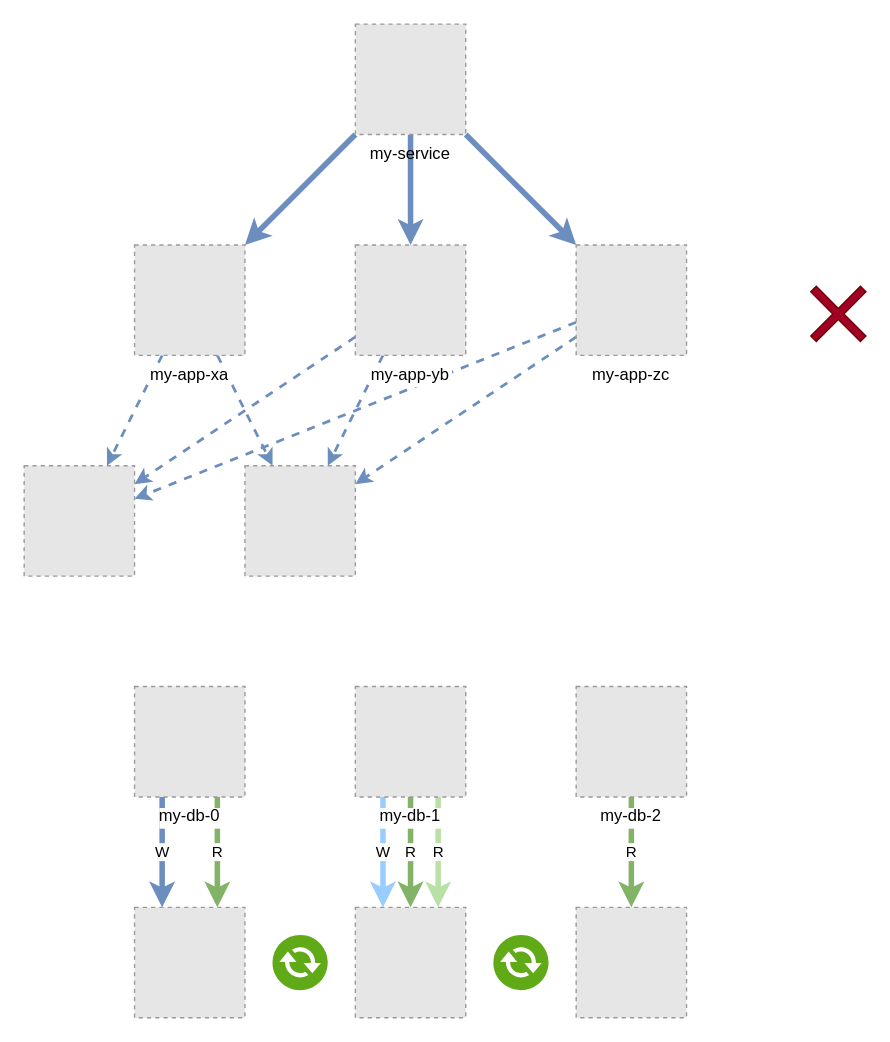
Earlier version of the draw.io diagram page "第 6 页" (6 of 8) of st/k8s.drawio (gaivin/drawio). Source tidied: cells renumbered, new cells numbered last; positions are measured from the earlier drawing's top-left corner, leaving out a move shared by most shapes. Both pictures are drawn from the tidied source at 138%, with x=0, y=0 at pixel (23, 23). Pictures stored in the file or linked from it are replaced by grey dashed boxes.
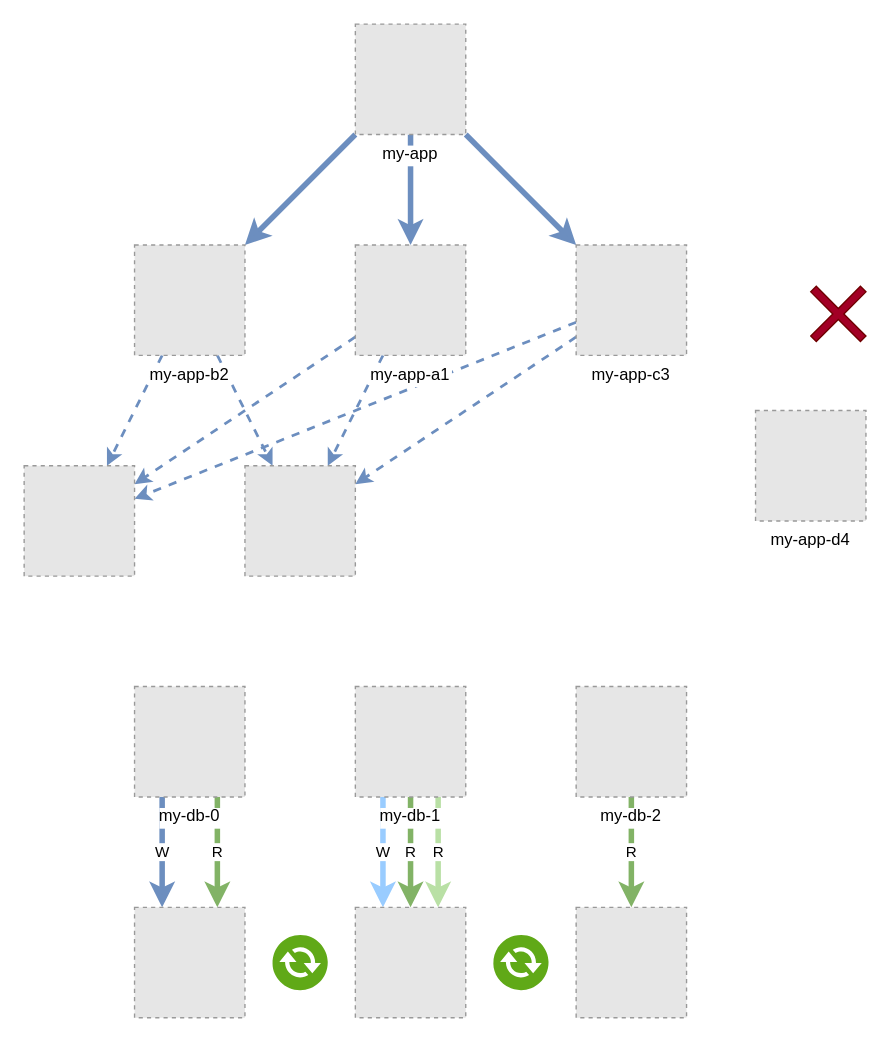
After the change.

The edit, as a diff of the source:
```diff
@@
-    <mxCell id="8" style="rounded=0;jettySize=auto;html=1;strokeWidth=4;fillColor=#dae8fc;strokeColor=#6c8ebf;" parent="1" edge="1" source="23" target="21">
+    <mxCell id="8" style="rounded=0;jettySize=auto;html=1;strokeWidth=4;fillColor=#dae8fc;strokeColor=#6c8ebf;" parent="1" edge="1" source="32" target="21">
       <mxGeometry relative="1" as="geometry" />
     </mxCell>
-    <mxCell id="9" style="rounded=0;jettySize=auto;html=1;strokeWidth=4;fillColor=#dae8fc;strokeColor=#6c8ebf;" parent="1" edge="1" source="23" target="22">
+    <mxCell id="9" style="rounded=0;jettySize=auto;html=1;strokeWidth=4;fillColor=#dae8fc;strokeColor=#6c8ebf;" parent="1" edge="1" source="32" target="22">
       <mxGeometry relative="1" as="geometry" />
     </mxCell>
-    <mxCell id="10" style="rounded=0;jettySize=auto;html=1;strokeWidth=4;fillColor=#dae8fc;strokeColor=#6c8ebf;" parent="1" edge="1" source="23" target="26">
+    <mxCell id="10" style="rounded=0;jettySize=auto;html=1;strokeWidth=4;fillColor=#dae8fc;strokeColor=#6c8ebf;" parent="1" edge="1" source="32" target="26">
       <mxGeometry relative="1" as="geometry" />
     </mxCell>
@@
-    <mxCell id="21" value="my-app-xa" style="fillColor=#E6E6E6;strokeColor=#999999;dashed=1;verticalLabelPosition=bottom;verticalAlign=top;labelBackgroundColor=default;" parent="1" vertex="1">
+    <mxCell id="21" value="my-app-b2" style="fillColor=#E6E6E6;strokeColor=#999999;dashed=1;verticalLabelPosition=bottom;verticalAlign=top;labelBackgroundColor=default;" parent="1" vertex="1">
       <mxGeometry x="80" y="160" width="80" height="80" as="geometry" />
     </mxCell>
-    <mxCell id="22" value="my-app-yb" style="fillColor=#E6E6E6;strokeColor=#999999;dashed=1;verticalLabelPosition=bottom;verticalAlign=top;labelBackgroundColor=default;" parent="1" vertex="1">
+    <mxCell id="22" value="my-app-a1" style="fillColor=#E6E6E6;strokeColor=#999999;dashed=1;verticalLabelPosition=bottom;verticalAlign=top;labelBackgroundColor=default;" parent="1" vertex="1">
       <mxGeometry x="240" y="160" width="80" height="80" as="geometry" />
     </mxCell>
-    <mxCell id="23" value="my-service" style="fillColor=#E6E6E6;strokeColor=#999999;dashed=1;verticalLabelPosition=bottom;verticalAlign=top;" parent="1" vertex="1">
-      <mxGeometry x="240" width="80" height="80" as="geometry" />
-    </mxCell>
@@
-    <mxCell id="26" value="my-app-zc" style="fillColor=#E6E6E6;strokeColor=#999999;dashed=1;verticalLabelPosition=bottom;verticalAlign=top;labelBackgroundColor=default;" parent="1" vertex="1">
+    <mxCell id="26" value="my-app-c3" style="fillColor=#E6E6E6;strokeColor=#999999;dashed=1;verticalLabelPosition=bottom;verticalAlign=top;labelBackgroundColor=default;" parent="1" vertex="1">
       <mxGeometry x="400" y="160" width="80" height="80" as="geometry" />
     </mxCell>
@@
+    <mxCell id="32" value="my-app" style="fillColor=#E6E6E6;strokeColor=#999999;dashed=1;verticalLabelPosition=bottom;verticalAlign=top;labelBackgroundColor=default;" parent="1" vertex="1">
+      <mxGeometry x="240" width="80" height="80" as="geometry" />
+    </mxCell>
+    <mxCell id="33" value="my-app-d4" style="fillColor=#E6E6E6;strokeColor=#999999;dashed=1;verticalLabelPosition=bottom;verticalAlign=top;labelBackgroundColor=default;" parent="1" vertex="1">
+      <mxGeometry x="530" y="280" width="80" height="80" as="geometry" />
+    </mxCell>
```
